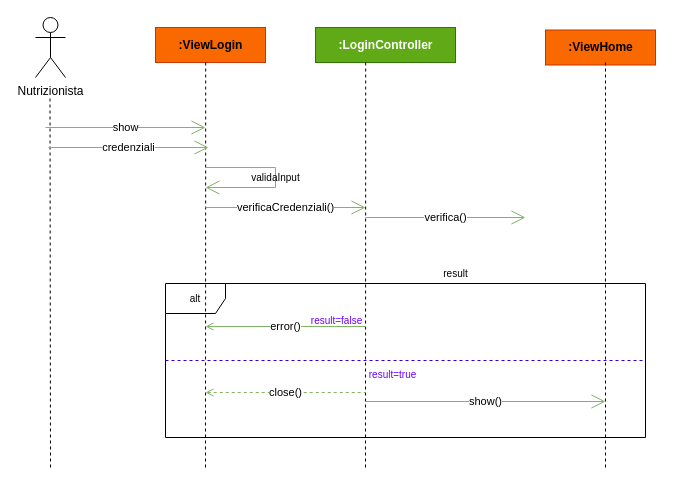
DeborohNoah/IngSoft keeps this draw.io diagram as Interazioni/interazioneLoginDettaglio.drawio. Above is the earlier version. Source tidied: cells renumbered, new cells numbered last; positions are measured from the earlier drawing's top-left corner, leaving out a move shared by most shapes. Both pictures are drawn from the tidied source at 100%, with x=0, y=0 at pixel (35, 17).
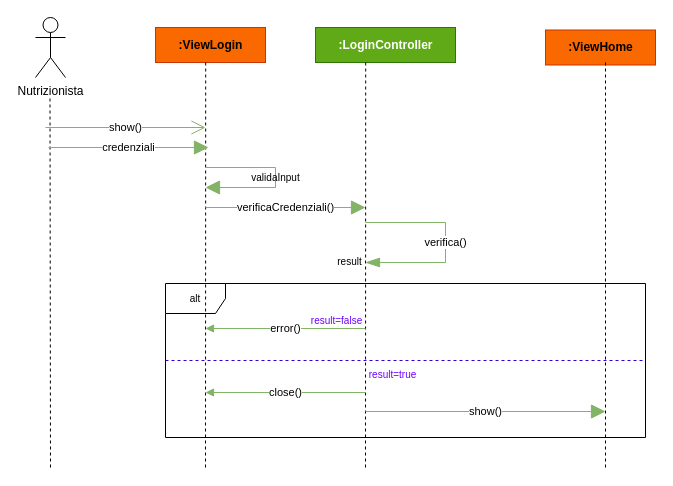
Above is the later version.

Commit message (it also covers changes not shown here):
diagrammi di sequenza finale

The edit, as a diff of the source:
```diff
@@
-    <mxCell id="7" value="show" style="endArrow=open;endSize=12;html=1;rounded=0;fillColor=#d5e8d4;gradientColor=#97d077;strokeColor=#82b366;" parent="1" edge="1">
+    <mxCell id="7" value="show()" style="endArrow=open;endSize=12;html=1;rounded=0;fillColor=#d5e8d4;gradientColor=#97d077;strokeColor=#82b366;" parent="1" edge="1">
       <mxGeometry relative="1" as="geometry">
         <mxPoint x="10" y="110" as="sourcePoint" />
         <mxPoint x="170" y="110" as="targetPoint" />
       </mxGeometry>
     </mxCell>
-    <mxCell id="8" value="credenziali" style="endArrow=open;endSize=12;html=1;rounded=0;fillColor=#d5e8d4;gradientColor=#97d077;strokeColor=#82b366;" parent="1" edge="1">
+    <mxCell id="8" value="credenziali" style="endArrow=block;endSize=12;html=1;rounded=0;fillColor=#d5e8d4;gradientColor=#97d077;strokeColor=#82b366;endFill=1;" parent="1" edge="1">
       <mxGeometry relative="1" as="geometry">
         <mxPoint x="13" y="130" as="sourcePoint" />
         <mxPoint x="173" y="130" as="targetPoint" />
       </mxGeometry>
     </mxCell>
@@
-    <mxCell id="11" value="verificaCredenziali()" style="endArrow=open;endSize=12;html=1;rounded=0;fillColor=#d5e8d4;gradientColor=#97d077;strokeColor=#82b366;" parent="1" edge="1">
+    <mxCell id="11" value="verificaCredenziali()" style="endArrow=block;endSize=12;html=1;rounded=0;fillColor=#d5e8d4;gradientColor=#97d077;strokeColor=#82b366;endFill=1;" parent="1" edge="1">
       <mxGeometry relative="1" as="geometry">
         <mxPoint x="170" y="190" as="sourcePoint" />
         <mxPoint x="330" y="190" as="targetPoint" />
       </mxGeometry>
     </mxCell>
-    <mxCell id="12" style="endArrow=open;endFill=0;endSize=12;html=1;rounded=0;fillColor=#60a917;strokeColor=#82B366;" parent="1" edge="1">
+    <mxCell id="12" style="endArrow=block;endFill=1;endSize=12;html=1;rounded=0;fillColor=#60a917;strokeColor=#82B366;" parent="1" edge="1">
       <mxGeometry relative="1" as="geometry">
         <mxPoint x="170" y="150" as="sourcePoint" />
         <mxPoint x="170" y="170" as="targetPoint" />
         <Array as="points">
           <mxPoint x="240" y="150" />
           <mxPoint x="240" y="170" />
         </Array>
       </mxGeometry>
     </mxCell>
@@
-    <mxCell id="14" value="verifica()" style="endArrow=open;endSize=12;html=1;rounded=0;fillColor=#d5e8d4;gradientColor=#97d077;strokeColor=#82b366;" parent="1" edge="1">
+    <mxCell id="14" value="verifica()" style="endArrow=blockThin;endSize=12;html=1;rounded=0;fillColor=#d5e8d4;gradientColor=#97d077;strokeColor=#82b366;endFill=1;" parent="1" edge="1">
       <mxGeometry relative="1" as="geometry">
-        <mxPoint x="330" y="200" as="sourcePoint" />
-        <mxPoint x="490" y="200" as="targetPoint" />
+        <mxPoint x="330" y="205" as="sourcePoint" />
+        <mxPoint x="330" y="245" as="targetPoint" />
+        <Array as="points">
+          <mxPoint x="410" y="205" />
+          <mxPoint x="410" y="245" />
+        </Array>
       </mxGeometry>
     </mxCell>
     <mxCell id="15" value="result" style="text;html=1;align=center;verticalAlign=middle;strokeColor=none;fillColor=none;fontSize=10;" parent="1" vertex="1">
-      <mxGeometry x="400" y="246" width="40" height="20" as="geometry" />
+      <mxGeometry x="294" y="234" width="40" height="20" as="geometry" />
     </mxCell>
-    <mxCell id="16" value="error()" style="endArrow=none;endSize=12;html=1;rounded=0;fillColor=#d5e8d4;gradientColor=#97d077;strokeColor=#82b366;endFill=0;startArrow=open;startFill=0;" parent="1" edge="1">
+    <mxCell id="16" value="error()" style="endArrow=none;endSize=12;html=1;rounded=0;fillColor=#d5e8d4;gradientColor=#97d077;strokeColor=#82b366;endFill=0;startArrow=block;startFill=1;" parent="1" edge="1">
       <mxGeometry relative="1" as="geometry">
-        <mxPoint x="170" y="309" as="sourcePoint" />
-        <mxPoint x="330" y="309" as="targetPoint" />
+        <mxPoint x="170" y="311" as="sourcePoint" />
+        <mxPoint x="330" y="311" as="targetPoint" />
       </mxGeometry>
     </mxCell>
@@
-    <mxCell id="18" value="show()" style="endArrow=open;endSize=12;html=1;rounded=0;fillColor=#d5e8d4;gradientColor=#97d077;strokeColor=#82b366;" parent="1" edge="1">
+    <mxCell id="18" value="show()" style="endArrow=block;endSize=12;html=1;rounded=0;fillColor=#d5e8d4;gradientColor=#97d077;strokeColor=#82b366;endFill=1;" parent="1" edge="1">
       <mxGeometry relative="1" as="geometry">
-        <mxPoint x="330" y="384" as="sourcePoint" />
-        <mxPoint x="570" y="384" as="targetPoint" />
+        <mxPoint x="330" y="394" as="sourcePoint" />
+        <mxPoint x="570" y="394" as="targetPoint" />
       </mxGeometry>
     </mxCell>
@@
-    <mxCell id="22" value="close()" style="endArrow=none;endSize=12;html=1;rounded=0;fillColor=#d5e8d4;gradientColor=#97d077;strokeColor=#82b366;endFill=0;startArrow=open;startFill=0;dashed=1;" parent="1" edge="1">
+    <mxCell id="22" value="close()" style="endArrow=none;endSize=12;html=1;rounded=0;fillColor=#d5e8d4;gradientColor=#97d077;strokeColor=#82b366;endFill=0;startArrow=block;startFill=1;" parent="1" edge="1">
       <mxGeometry relative="1" as="geometry">
         <mxPoint x="170" y="375" as="sourcePoint" />
         <mxPoint x="330" y="375" as="targetPoint" />
       </mxGeometry>
     </mxCell>
```
